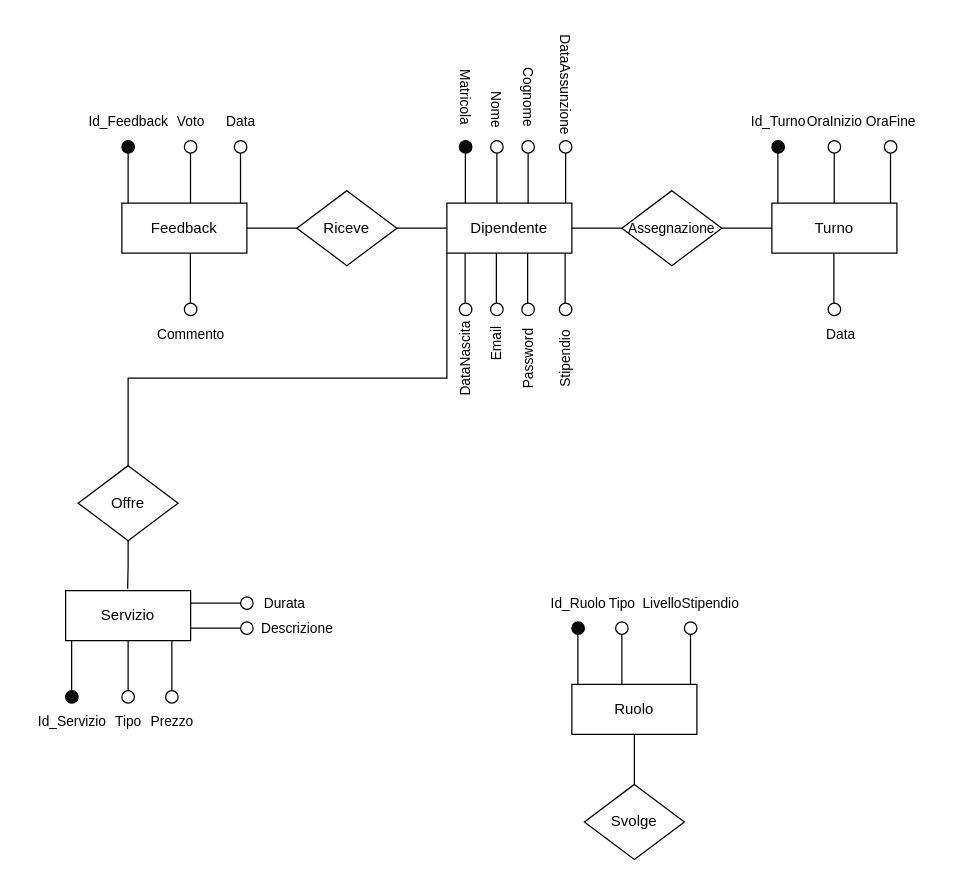
Above: drawio/rifinitura_dipendente.drawio in IonutZbir/ProgettoDatabase (draw.io), before the change. Source tidied: cells renumbered, new cells numbered last; positions are measured from the earlier drawing's top-left corner, leaving out a move shared by most shapes. Both pictures are drawn from the tidied source at 125%, with x=0, y=0 at pixel (21, 65).
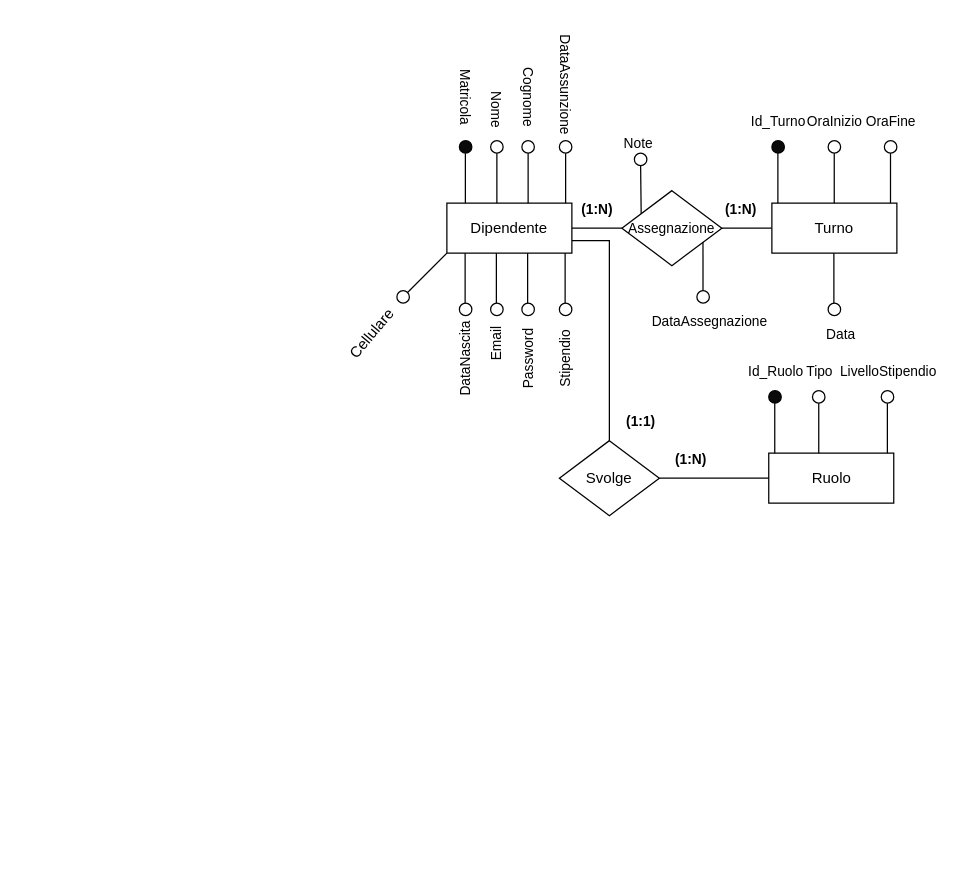
Above is the later version.

The change refers to these unchanged cells:
```xml
<mxCell id="6" value="Dipendente" style="whiteSpace=wrap;html=1;align=center;" parent="1" vertex="1">
  <mxGeometry x="340" y="110" width="100" height="40" as="geometry" />
</mxCell>
<mxCell id="17" value="&lt;font style=&quot;font-size: 11px;&quot;&gt;Assegnazione&lt;/font&gt;" style="shape=rhombus;perimeter=rhombusPerimeter;whiteSpace=wrap;html=1;align=center;" parent="1" vertex="1">
  <mxGeometry x="480" y="100" width="80" height="60" as="geometry" />
</mxCell>
```

Diff of the diagram source:
```diff
@@
-    <mxCell id="2" style="edgeStyle=none;shape=connector;rounded=0;orthogonalLoop=1;jettySize=auto;html=1;strokeColor=default;align=center;verticalAlign=middle;fontFamily=Helvetica;fontSize=11;fontColor=default;labelBackgroundColor=default;endArrow=none;" parent="1" edge="1">
-      <mxGeometry relative="1" as="geometry">
-        <mxPoint x="174.9" y="110" as="sourcePoint" />
-        <mxPoint x="174.9" y="70" as="targetPoint" />
-      </mxGeometry>
-    </mxCell>
-    <mxCell id="3" style="ellipse;whiteSpace=wrap;html=1;fontFamily=Helvetica;fontSize=11;fontColor=default;labelBackgroundColor=default;fillColor=none;" parent="1" vertex="1">
-      <mxGeometry x="170" y="60" width="10" height="10" as="geometry" />
-    </mxCell>
-    <mxCell id="4" style="edgeStyle=orthogonalEdgeStyle;shape=connector;rounded=0;jettySize=auto;html=1;entryX=0;entryY=1;entryDx=0;entryDy=0;strokeColor=default;align=center;verticalAlign=middle;fontFamily=Helvetica;fontSize=11;fontColor=default;labelBackgroundColor=default;endArrow=none;endFill=0;" parent="1" edge="1" source="5" target="6">
-      <mxGeometry relative="1" as="geometry">
-        <Array as="points">
-          <mxPoint x="85" y="250" />
-          <mxPoint x="340" y="250" />
-        </Array>
-      </mxGeometry>
-    </mxCell>
-    <mxCell id="5" value="Offre" style="shape=rhombus;perimeter=rhombusPerimeter;whiteSpace=wrap;html=1;align=center;" parent="1" vertex="1">
-      <mxGeometry x="45" y="320" width="80" height="60" as="geometry" />
-    </mxCell>
@@
     <mxCell id="7" value="Ruolo" style="whiteSpace=wrap;html=1;align=center;" parent="1" vertex="1">
-      <mxGeometry x="440" y="495" width="100" height="40" as="geometry" />
+      <mxGeometry x="597.5" y="310" width="100" height="40" as="geometry" />
     </mxCell>
-    <mxCell id="8" value="Feedback" style="whiteSpace=wrap;html=1;align=center;" parent="1" vertex="1">
-      <mxGeometry x="80" y="110" width="100" height="40" as="geometry" />
-    </mxCell>
@@
-    <mxCell id="11" style="edgeStyle=orthogonalEdgeStyle;shape=connector;rounded=0;orthogonalLoop=1;jettySize=auto;html=1;strokeColor=default;align=center;verticalAlign=middle;fontFamily=Helvetica;fontSize=11;fontColor=default;labelBackgroundColor=default;endArrow=none;endFill=0;" parent="1" edge="1">
-      <mxGeometry relative="1" as="geometry">
-        <mxPoint x="135" y="430" as="sourcePoint" />
-        <mxPoint x="175" y="430" as="targetPoint" />
-        <Array as="points">
-          <mxPoint x="165" y="430" />
-          <mxPoint x="165" y="430" />
-        </Array>
-      </mxGeometry>
-    </mxCell>
-    <mxCell id="12" value="Servizio" style="whiteSpace=wrap;html=1;align=center;" parent="1" vertex="1">
-      <mxGeometry x="35" y="420" width="100" height="40" as="geometry" />
-    </mxCell>
-    <mxCell id="13" style="edgeStyle=orthogonalEdgeStyle;rounded=0;jettySize=auto;html=1;entryX=0.5;entryY=1;entryDx=0;entryDy=0;endArrow=none;endFill=0;" parent="1" edge="1" source="14" target="7">
+    <mxCell id="13" style="edgeStyle=orthogonalEdgeStyle;rounded=0;jettySize=auto;html=1;exitX=1;exitY=0.5;exitDx=0;exitDy=0;entryX=0;entryY=0.5;entryDx=0;entryDy=0;endArrow=none;endFill=0;" parent="1" edge="1" source="14" target="7">
       <mxGeometry relative="1" as="geometry" />
     </mxCell>
+    <mxCell id="90" style="edgeStyle=orthogonalEdgeStyle;shape=connector;rounded=0;jettySize=auto;html=1;entryX=1;entryY=0.75;entryDx=0;entryDy=0;strokeColor=default;align=center;verticalAlign=middle;fontFamily=Helvetica;fontSize=11;fontColor=default;labelBackgroundColor=default;endArrow=none;endFill=0;exitX=0.5;exitY=0;exitDx=0;exitDy=0;" parent="1" edge="1" source="14" target="6">
+      <mxGeometry relative="1" as="geometry">
+        <Array as="points">
+          <mxPoint x="470" y="300" />
+          <mxPoint x="470" y="140" />
+        </Array>
+      </mxGeometry>
+    </mxCell>
     <mxCell id="14" value="Svolge" style="shape=rhombus;perimeter=rhombusPerimeter;whiteSpace=wrap;html=1;align=center;" parent="1" vertex="1">
-      <mxGeometry x="450" y="575" width="80" height="60" as="geometry" />
+      <mxGeometry x="430" y="300" width="80" height="60" as="geometry" />
     </mxCell>
-    <mxCell id="15" style="edgeStyle=orthogonalEdgeStyle;shape=connector;rounded=0;jettySize=auto;html=1;entryX=0.496;entryY=-0.035;entryDx=0;entryDy=0;entryPerimeter=0;strokeColor=default;align=center;verticalAlign=middle;fontFamily=Helvetica;fontSize=11;fontColor=default;labelBackgroundColor=default;endArrow=none;endFill=0;" parent="1" edge="1" source="5" target="12">
-      <mxGeometry relative="1" as="geometry" />
-    </mxCell>
@@
-    <mxCell id="18" style="edgeStyle=orthogonalEdgeStyle;shape=connector;rounded=0;jettySize=auto;html=1;strokeColor=default;align=center;verticalAlign=middle;fontFamily=Helvetica;fontSize=11;fontColor=default;labelBackgroundColor=default;endArrow=none;endFill=0;entryX=0;entryY=0.5;entryDx=0;entryDy=0;" parent="1" edge="1" source="19" target="6">
-      <mxGeometry relative="1" as="geometry" />
-    </mxCell>
-    <mxCell id="19" value="Riceve" style="shape=rhombus;perimeter=rhombusPerimeter;whiteSpace=wrap;html=1;align=center;" parent="1" vertex="1">
-      <mxGeometry x="220" y="100" width="80" height="60" as="geometry" />
-    </mxCell>
-    <mxCell id="20" style="edgeStyle=none;shape=connector;rounded=0;orthogonalLoop=1;jettySize=auto;html=1;strokeColor=default;align=center;verticalAlign=middle;fontFamily=Helvetica;fontSize=11;fontColor=default;labelBackgroundColor=default;endArrow=none;" parent="1" edge="1">
-      <mxGeometry relative="1" as="geometry">
-        <mxPoint x="85" y="110" as="sourcePoint" />
-        <mxPoint x="85" y="70" as="targetPoint" />
-      </mxGeometry>
-    </mxCell>
-    <mxCell id="21" style="ellipse;whiteSpace=wrap;html=1;fontFamily=Helvetica;fontSize=11;fontColor=default;labelBackgroundColor=default;fillColor=#0A0A0A;" parent="1" vertex="1">
-      <mxGeometry x="80" y="60" width="10" height="10" as="geometry" />
-    </mxCell>
-    <mxCell id="22" style="edgeStyle=none;shape=connector;rounded=0;orthogonalLoop=1;jettySize=auto;html=1;strokeColor=default;align=center;verticalAlign=middle;fontFamily=Helvetica;fontSize=11;fontColor=default;labelBackgroundColor=default;endArrow=none;" parent="1" edge="1">
-      <mxGeometry relative="1" as="geometry">
-        <mxPoint x="39.8" y="500" as="sourcePoint" />
-        <mxPoint x="39.8" y="460" as="targetPoint" />
-      </mxGeometry>
-    </mxCell>
-    <mxCell id="23" style="ellipse;whiteSpace=wrap;html=1;fontFamily=Helvetica;fontSize=11;fontColor=default;labelBackgroundColor=default;fillColor=#0A0A0A;" parent="1" vertex="1">
-      <mxGeometry x="35" y="500" width="10" height="10" as="geometry" />
-    </mxCell>
@@
     <mxCell id="26" style="edgeStyle=none;shape=connector;rounded=0;orthogonalLoop=1;jettySize=auto;html=1;strokeColor=default;align=center;verticalAlign=middle;fontFamily=Helvetica;fontSize=11;fontColor=default;labelBackgroundColor=default;endArrow=none;" parent="1" edge="1">
       <mxGeometry relative="1" as="geometry">
-        <mxPoint x="444.8" y="495" as="sourcePoint" />
-        <mxPoint x="444.8" y="455" as="targetPoint" />
+        <mxPoint x="602.3" y="310" as="sourcePoint" />
+        <mxPoint x="602.3" y="270" as="targetPoint" />
       </mxGeometry>
     </mxCell>
     <mxCell id="27" style="ellipse;whiteSpace=wrap;html=1;fontFamily=Helvetica;fontSize=11;fontColor=default;labelBackgroundColor=default;fillColor=#0A0A0A;" parent="1" vertex="1">
-      <mxGeometry x="440" y="445" width="10" height="10" as="geometry" />
+      <mxGeometry x="597.5" y="260" width="10" height="10" as="geometry" />
     </mxCell>
-    <mxCell id="28" style="edgeStyle=orthogonalEdgeStyle;shape=connector;rounded=0;jettySize=auto;html=1;entryX=1;entryY=0.5;entryDx=0;entryDy=0;strokeColor=default;align=center;verticalAlign=middle;fontFamily=Helvetica;fontSize=11;fontColor=default;labelBackgroundColor=default;endArrow=none;endFill=0;" parent="1" edge="1" source="19" target="8">
-      <mxGeometry relative="1" as="geometry" />
-    </mxCell>
-    <mxCell id="29" value="Id_Feedback" style="text;html=1;align=center;verticalAlign=middle;strokeColor=none;fillColor=none;fontFamily=Helvetica;fontSize=11;fontColor=default;labelBackgroundColor=default;" parent="1" vertex="1">
-      <mxGeometry x="40" y="30" width="90" height="30" as="geometry" />
-    </mxCell>
-    <mxCell id="30" style="edgeStyle=none;shape=connector;rounded=0;orthogonalLoop=1;jettySize=auto;html=1;strokeColor=default;align=center;verticalAlign=middle;fontFamily=Helvetica;fontSize=11;fontColor=default;labelBackgroundColor=default;endArrow=none;" parent="1" edge="1">
-      <mxGeometry relative="1" as="geometry">
-        <mxPoint x="134.9" y="110" as="sourcePoint" />
-        <mxPoint x="134.9" y="70" as="targetPoint" />
-      </mxGeometry>
-    </mxCell>
-    <mxCell id="31" style="ellipse;whiteSpace=wrap;html=1;fontFamily=Helvetica;fontSize=11;fontColor=default;labelBackgroundColor=default;fillColor=none;" parent="1" vertex="1">
-      <mxGeometry x="130" y="60" width="10" height="10" as="geometry" />
-    </mxCell>
-    <mxCell id="32" value="Voto" style="text;html=1;align=center;verticalAlign=middle;strokeColor=none;fillColor=none;fontFamily=Helvetica;fontSize=11;fontColor=default;labelBackgroundColor=default;" parent="1" vertex="1">
-      <mxGeometry x="110" y="30" width="50" height="30" as="geometry" />
-    </mxCell>
-    <mxCell id="33" value="Data" style="text;html=1;align=center;verticalAlign=middle;strokeColor=none;fillColor=none;fontFamily=Helvetica;fontSize=11;fontColor=default;labelBackgroundColor=default;" parent="1" vertex="1">
-      <mxGeometry x="150" y="30" width="50" height="30" as="geometry" />
-    </mxCell>
-    <mxCell id="34" style="edgeStyle=none;shape=connector;rounded=0;orthogonalLoop=1;jettySize=auto;html=1;strokeColor=default;align=center;verticalAlign=middle;fontFamily=Helvetica;fontSize=11;fontColor=default;labelBackgroundColor=default;endArrow=none;" parent="1" edge="1">
-      <mxGeometry relative="1" as="geometry">
-        <mxPoint x="134.8" y="190" as="sourcePoint" />
-        <mxPoint x="134.8" y="150" as="targetPoint" />
-      </mxGeometry>
-    </mxCell>
-    <mxCell id="35" style="ellipse;whiteSpace=wrap;html=1;fontFamily=Helvetica;fontSize=11;fontColor=default;labelBackgroundColor=default;fillColor=none;" parent="1" vertex="1">
-      <mxGeometry x="130" y="190" width="10" height="10" as="geometry" />
-    </mxCell>
-    <mxCell id="36" value="Commento" style="text;html=1;align=center;verticalAlign=middle;strokeColor=none;fillColor=none;fontFamily=Helvetica;fontSize=11;fontColor=default;labelBackgroundColor=default;" parent="1" vertex="1">
-      <mxGeometry x="95" y="200" width="80" height="30" as="geometry" />
-    </mxCell>
-    <mxCell id="37" value="Id_Servizio" style="text;html=1;align=center;verticalAlign=middle;strokeColor=none;fillColor=none;fontFamily=Helvetica;fontSize=11;fontColor=default;labelBackgroundColor=default;" parent="1" vertex="1">
-      <mxGeometry y="510" width="80" height="30" as="geometry" />
-    </mxCell>
@@
     <mxCell id="39" value="Id_Ruolo" style="text;html=1;align=center;verticalAlign=middle;strokeColor=none;fillColor=none;fontFamily=Helvetica;fontSize=11;fontColor=default;labelBackgroundColor=default;" parent="1" vertex="1">
-      <mxGeometry x="410" y="415" width="70" height="30" as="geometry" />
+      <mxGeometry x="567.5" y="230" width="70" height="30" as="geometry" />
     </mxCell>
     <mxCell id="40" style="edgeStyle=none;shape=connector;rounded=0;orthogonalLoop=1;jettySize=auto;html=1;strokeColor=default;align=center;verticalAlign=middle;fontFamily=Helvetica;fontSize=11;fontColor=default;labelBackgroundColor=default;endArrow=none;" parent="1" edge="1">
       <mxGeometry relative="1" as="geometry">
-        <mxPoint x="480" y="495" as="sourcePoint" />
-        <mxPoint x="480" y="455" as="targetPoint" />
+        <mxPoint x="637.5" y="310" as="sourcePoint" />
+        <mxPoint x="637.5" y="270" as="targetPoint" />
       </mxGeometry>
     </mxCell>
     <mxCell id="41" style="ellipse;whiteSpace=wrap;html=1;fontFamily=Helvetica;fontSize=11;fontColor=default;labelBackgroundColor=default;fillColor=none;" parent="1" vertex="1">
-      <mxGeometry x="475" y="445" width="10" height="10" as="geometry" />
+      <mxGeometry x="632.5" y="260" width="10" height="10" as="geometry" />
     </mxCell>
     <mxCell id="42" value="Tipo" style="text;html=1;align=center;verticalAlign=middle;strokeColor=none;fillColor=none;fontFamily=Helvetica;fontSize=11;fontColor=default;labelBackgroundColor=default;" parent="1" vertex="1">
-      <mxGeometry x="460" y="415" width="40" height="30" as="geometry" />
+      <mxGeometry x="617.5" y="230" width="40" height="30" as="geometry" />
     </mxCell>
     <mxCell id="43" style="edgeStyle=none;shape=connector;rounded=0;orthogonalLoop=1;jettySize=auto;html=1;strokeColor=default;align=center;verticalAlign=middle;fontFamily=Helvetica;fontSize=11;fontColor=default;labelBackgroundColor=default;endArrow=none;" parent="1" edge="1">
       <mxGeometry relative="1" as="geometry">
-        <mxPoint x="534.9" y="495" as="sourcePoint" />
-        <mxPoint x="534.9" y="455" as="targetPoint" />
+        <mxPoint x="692.4" y="310" as="sourcePoint" />
+        <mxPoint x="692.4" y="270" as="targetPoint" />
       </mxGeometry>
     </mxCell>
     <mxCell id="44" style="ellipse;whiteSpace=wrap;html=1;fontFamily=Helvetica;fontSize=11;fontColor=default;labelBackgroundColor=default;fillColor=none;" parent="1" vertex="1">
-      <mxGeometry x="530" y="445" width="10" height="10" as="geometry" />
+      <mxGeometry x="687.5" y="260" width="10" height="10" as="geometry" />
     </mxCell>
     <mxCell id="45" value="LivelloStipendio" style="text;html=1;align=center;verticalAlign=middle;strokeColor=none;fillColor=none;fontFamily=Helvetica;fontSize=11;fontColor=default;labelBackgroundColor=default;" parent="1" vertex="1">
-      <mxGeometry x="485" y="415" width="100" height="30" as="geometry" />
+      <mxGeometry x="642.5" y="230" width="100" height="30" as="geometry" />
     </mxCell>
@@
-    <mxCell id="54" style="edgeStyle=none;shape=connector;rounded=0;orthogonalLoop=1;jettySize=auto;html=1;strokeColor=default;align=center;verticalAlign=middle;fontFamily=Helvetica;fontSize=11;fontColor=default;labelBackgroundColor=default;endArrow=none;" parent="1" edge="1">
-      <mxGeometry relative="1" as="geometry">
-        <mxPoint x="120" y="500" as="sourcePoint" />
-        <mxPoint x="120" y="460" as="targetPoint" />
-      </mxGeometry>
-    </mxCell>
-    <mxCell id="55" style="ellipse;whiteSpace=wrap;html=1;fontFamily=Helvetica;fontSize=11;fontColor=default;labelBackgroundColor=default;fillColor=none;" parent="1" vertex="1">
-      <mxGeometry x="115" y="500" width="10" height="10" as="geometry" />
-    </mxCell>
-    <mxCell id="56" value="Prezzo" style="text;html=1;align=center;verticalAlign=middle;strokeColor=none;fillColor=none;fontFamily=Helvetica;fontSize=11;fontColor=default;labelBackgroundColor=default;" parent="1" vertex="1">
-      <mxGeometry x="90" y="510" width="60" height="30" as="geometry" />
-    </mxCell>
-    <mxCell id="57" style="edgeStyle=none;shape=connector;rounded=0;orthogonalLoop=1;jettySize=auto;html=1;strokeColor=default;align=center;verticalAlign=middle;fontFamily=Helvetica;fontSize=11;fontColor=default;labelBackgroundColor=default;endArrow=none;" parent="1" edge="1">
-      <mxGeometry relative="1" as="geometry">
-        <mxPoint x="85" y="500" as="sourcePoint" />
-        <mxPoint x="85" y="460" as="targetPoint" />
-      </mxGeometry>
-    </mxCell>
-    <mxCell id="58" style="ellipse;whiteSpace=wrap;html=1;fontFamily=Helvetica;fontSize=11;fontColor=default;labelBackgroundColor=default;fillColor=none;" parent="1" vertex="1">
-      <mxGeometry x="80" y="500" width="10" height="10" as="geometry" />
-    </mxCell>
-    <mxCell id="59" value="Tipo" style="text;html=1;align=center;verticalAlign=middle;strokeColor=none;fillColor=none;fontFamily=Helvetica;fontSize=11;fontColor=default;labelBackgroundColor=default;" parent="1" vertex="1">
-      <mxGeometry x="65" y="510" width="40" height="30" as="geometry" />
-    </mxCell>
-    <mxCell id="60" style="ellipse;whiteSpace=wrap;html=1;fontFamily=Helvetica;fontSize=11;fontColor=default;labelBackgroundColor=default;fillColor=none;" parent="1" vertex="1">
-      <mxGeometry x="175" y="425" width="10" height="10" as="geometry" />
-    </mxCell>
-    <mxCell id="61" value="Durata" style="text;html=1;align=center;verticalAlign=middle;strokeColor=none;fillColor=none;fontFamily=Helvetica;fontSize=11;fontColor=default;labelBackgroundColor=default;" parent="1" vertex="1">
-      <mxGeometry x="180" y="415" width="60" height="30" as="geometry" />
-    </mxCell>
-    <mxCell id="62" style="edgeStyle=orthogonalEdgeStyle;shape=connector;rounded=0;orthogonalLoop=1;jettySize=auto;html=1;strokeColor=default;align=center;verticalAlign=middle;fontFamily=Helvetica;fontSize=11;fontColor=default;labelBackgroundColor=default;endArrow=none;endFill=0;" parent="1" edge="1">
-      <mxGeometry relative="1" as="geometry">
-        <mxPoint x="135" y="450" as="sourcePoint" />
-        <mxPoint x="175" y="450" as="targetPoint" />
-        <Array as="points">
-          <mxPoint x="165" y="450" />
-          <mxPoint x="165" y="450" />
-        </Array>
-      </mxGeometry>
-    </mxCell>
-    <mxCell id="63" style="ellipse;whiteSpace=wrap;html=1;fontFamily=Helvetica;fontSize=11;fontColor=default;labelBackgroundColor=default;fillColor=none;" parent="1" vertex="1">
-      <mxGeometry x="175" y="445" width="10" height="10" as="geometry" />
-    </mxCell>
-    <mxCell id="64" value="Descrizione" style="text;html=1;align=center;verticalAlign=middle;strokeColor=none;fillColor=none;fontFamily=Helvetica;fontSize=11;fontColor=default;labelBackgroundColor=default;" parent="1" vertex="1">
-      <mxGeometry x="180" y="435" width="80" height="30" as="geometry" />
-    </mxCell>
@@
+    <mxCell id="91" style="edgeStyle=none;shape=connector;rounded=0;jettySize=auto;html=1;strokeColor=default;align=center;verticalAlign=middle;fontFamily=Helvetica;fontSize=11;fontColor=default;labelBackgroundColor=default;endArrow=none;exitX=1;exitY=0;exitDx=0;exitDy=0;" parent="1" edge="1" source="92">
+      <mxGeometry relative="1" as="geometry">
+        <mxPoint x="340" y="150" as="targetPoint" />
+      </mxGeometry>
+    </mxCell>
+    <mxCell id="92" style="ellipse;whiteSpace=wrap;html=1;fontFamily=Helvetica;fontSize=11;fontColor=default;labelBackgroundColor=default;fillColor=none;" parent="1" vertex="1">
+      <mxGeometry x="300" y="180" width="10" height="10" as="geometry" />
+    </mxCell>
+    <mxCell id="93" value="Cellulare" style="text;html=1;align=center;verticalAlign=middle;strokeColor=none;fillColor=none;rotation=-50;" parent="1" vertex="1">
+      <mxGeometry x="245" y="200" width="70" height="30" as="geometry" />
+    </mxCell>
+    <mxCell id="94" value="(1:N)" style="text;html=1;align=center;verticalAlign=middle;strokeColor=none;fillColor=none;fontFamily=Helvetica;fontSize=11;fontColor=default;labelBackgroundColor=default;fontStyle=1;" parent="1" vertex="1">
+      <mxGeometry x="435" y="100" width="50" height="30" as="geometry" />
+    </mxCell>
+    <mxCell id="95" value="(1:N)" style="text;html=1;align=center;verticalAlign=middle;strokeColor=none;fillColor=none;fontFamily=Helvetica;fontSize=11;fontColor=default;labelBackgroundColor=default;fontStyle=1;" parent="1" vertex="1">
+      <mxGeometry x="550" y="100" width="50" height="30" as="geometry" />
+    </mxCell>
+    <mxCell id="96" value="(1:1)" style="text;html=1;align=center;verticalAlign=middle;strokeColor=none;fillColor=none;fontFamily=Helvetica;fontSize=11;fontColor=default;labelBackgroundColor=default;fontStyle=1;" parent="1" vertex="1">
+      <mxGeometry x="470" y="270" width="50" height="30" as="geometry" />
+    </mxCell>
+    <mxCell id="97" value="(1:N)" style="text;html=1;align=center;verticalAlign=middle;strokeColor=none;fillColor=none;fontFamily=Helvetica;fontSize=11;fontColor=default;labelBackgroundColor=default;fontStyle=1;" parent="1" vertex="1">
+      <mxGeometry x="510" y="300" width="50" height="30" as="geometry" />
+    </mxCell>
+    <mxCell id="98" style="ellipse;whiteSpace=wrap;html=1;fontFamily=Helvetica;fontSize=11;fontColor=default;labelBackgroundColor=default;fillColor=none;" parent="1" vertex="1">
+      <mxGeometry x="490" y="70" width="10" height="10" as="geometry" />
+    </mxCell>
+    <mxCell id="99" style="edgeStyle=none;shape=connector;rounded=0;jettySize=auto;html=1;strokeColor=default;align=center;verticalAlign=middle;fontFamily=Helvetica;fontSize=11;fontColor=default;labelBackgroundColor=default;endArrow=none;exitX=0.193;exitY=0.308;exitDx=0;exitDy=0;exitPerimeter=0;" parent="1" edge="1" source="17">
+      <mxGeometry relative="1" as="geometry">
+        <mxPoint x="495" y="80" as="targetPoint" />
+      </mxGeometry>
+    </mxCell>
+    <mxCell id="100" style="ellipse;whiteSpace=wrap;html=1;fontFamily=Helvetica;fontSize=11;fontColor=default;labelBackgroundColor=default;fillColor=none;" parent="1" vertex="1">
+      <mxGeometry x="540" y="180" width="10" height="10" as="geometry" />
+    </mxCell>
+    <mxCell id="101" style="edgeStyle=none;shape=connector;rounded=0;jettySize=auto;html=1;strokeColor=default;align=center;verticalAlign=middle;fontFamily=Helvetica;fontSize=11;fontColor=default;labelBackgroundColor=default;endArrow=none;exitX=0.193;exitY=0.308;exitDx=0;exitDy=0;exitPerimeter=0;entryX=0.811;entryY=0.686;entryDx=0;entryDy=0;entryPerimeter=0;" parent="1" edge="1" target="17">
+      <mxGeometry relative="1" as="geometry">
+        <mxPoint x="544.9" y="180" as="sourcePoint" />
+      </mxGeometry>
+    </mxCell>
+    <mxCell id="102" value="Note" style="text;html=1;align=center;verticalAlign=middle;strokeColor=none;fillColor=none;fontFamily=Helvetica;fontSize=11;fontColor=default;labelBackgroundColor=default;" parent="1" vertex="1">
+      <mxGeometry x="468" y="47" width="50" height="30" as="geometry" />
+    </mxCell>
+    <mxCell id="103" value="DataAssegnazione" style="text;html=1;align=center;verticalAlign=middle;strokeColor=none;fillColor=none;fontFamily=Helvetica;fontSize=11;fontColor=default;labelBackgroundColor=default;" parent="1" vertex="1">
+      <mxGeometry x="490" y="190" width="120" height="30" as="geometry" />
+    </mxCell>
```
